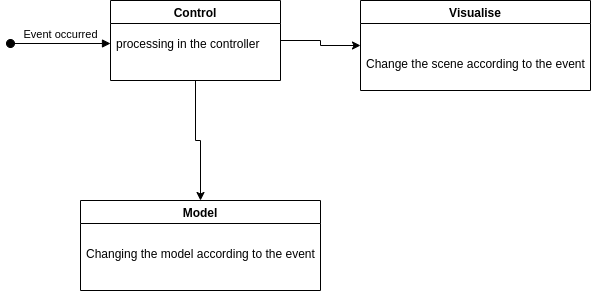
The draw.io diagram reports/UML/statechart.png in dkamakin/Practice-SPbETU-2021, before a commit. Source tidied: cells renumbered, new cells last; positions are measured from the earlier drawing's top-left corner, leaving out a move shared by most shapes.
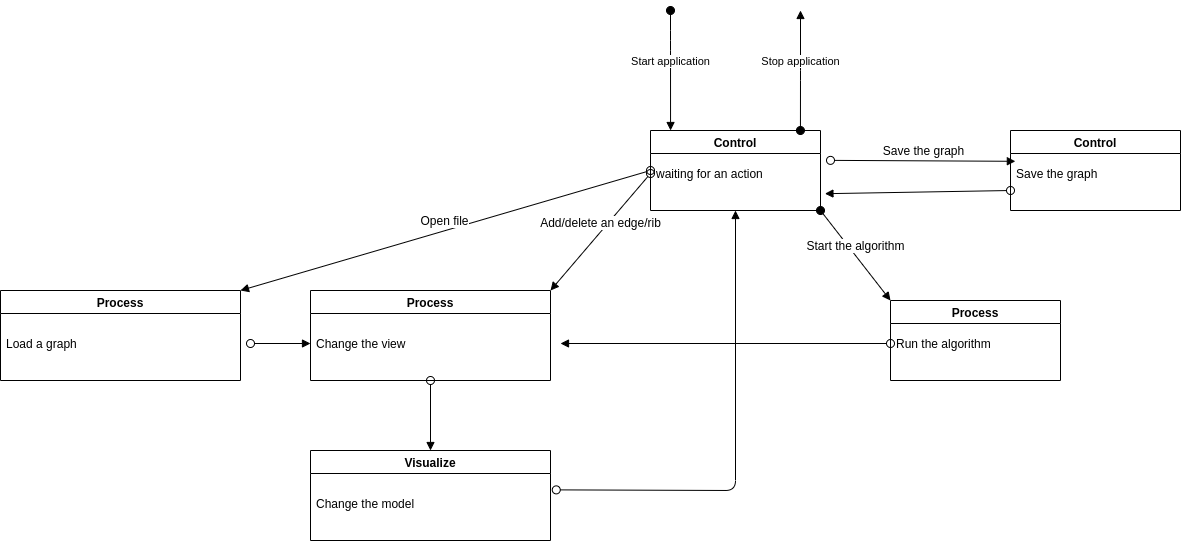
After the commit.

The edit, as a diff of the source:
```diff
@@ -2,34 +2,92 @@
   <root>
     <mxCell id="0" />
     <mxCell id="1" parent="0" />
-    <mxCell id="2" style="edgeStyle=orthogonalEdgeStyle;rounded=0;jettySize=auto;html=1;exitX=0.5;exitY=1;exitDx=0;exitDy=0;entryX=0.5;entryY=0;entryDx=0;entryDy=0;" parent="1" edge="1" source="4" target="9">
-      <mxGeometry relative="1" as="geometry" />
-    </mxCell>
-    <mxCell id="3" style="edgeStyle=orthogonalEdgeStyle;rounded=0;jettySize=auto;html=1;entryX=0;entryY=0.5;entryDx=0;entryDy=0;" parent="1" edge="1" source="4" target="7">
-      <mxGeometry relative="1" as="geometry" />
-    </mxCell>
     <mxCell id="4" value="Control" style="swimlane;" parent="1" vertex="1">
-      <mxGeometry x="100" width="170" height="80" as="geometry" />
+      <mxGeometry x="420" y="-60" width="170" height="80" as="geometry" />
     </mxCell>
-    <mxCell id="5" value="processing in the controller&#10;" style="text;strokeColor=none;fillColor=none;align=left;verticalAlign=top;spacingLeft=4;spacingRight=4;overflow=hidden;points=[[0,0.5],[1,0.5]];portConstraint=eastwest;" parent="4" vertex="1">
+    <mxCell id="5" value="waiting for an action" style="text;strokeColor=none;fillColor=none;align=left;verticalAlign=top;spacingLeft=4;spacingRight=4;overflow=hidden;points=[[0,0.5],[1,0.5]];portConstraint=eastwest;" parent="4" vertex="1">
       <mxGeometry y="30" width="180" height="26" as="geometry" />
     </mxCell>
-    <mxCell id="6" value="Event occurred" style="html=1;verticalAlign=bottom;startArrow=oval;startFill=1;endArrow=block;startSize=8;entryX=0;entryY=0.5;entryDx=0;entryDy=0;" parent="1" edge="1" target="5">
+    <mxCell id="6" value="Start application" style="html=1;verticalAlign=bottom;startArrow=oval;startFill=1;endArrow=block;startSize=8;entryX=0.118;entryY=0;entryDx=0;entryDy=0;entryPerimeter=0;" parent="1" edge="1" target="4">
       <mxGeometry relative="1" as="geometry">
-        <mxPoint y="43" as="sourcePoint" />
+        <mxPoint x="440" y="-180" as="sourcePoint" />
+        <Array as="points">
+          <mxPoint x="440" y="-150" />
+        </Array>
       </mxGeometry>
     </mxCell>
-    <mxCell id="7" value="Visualise" style="swimlane;" parent="1" vertex="1">
-      <mxGeometry x="350" width="230" height="90" as="geometry" />
-    </mxCell>
-    <mxCell id="8" value="Change the scene according to the event" style="text;strokeColor=none;fillColor=none;align=left;verticalAlign=top;spacingLeft=4;spacingRight=4;overflow=hidden;" parent="7" vertex="1">
-      <mxGeometry y="50" width="230" height="26" as="geometry" />
-    </mxCell>
-    <mxCell id="9" value="Model" style="swimlane;" parent="1" vertex="1">
-      <mxGeometry x="70" y="200" width="240" height="90" as="geometry" />
+    <mxCell id="9" value="Process" style="swimlane;" parent="1" vertex="1">
+      <mxGeometry x="80" y="100" width="240" height="90" as="geometry" />
     </mxCell>
-    <mxCell id="10" value="Сhanging the model according to the event" style="text;strokeColor=none;fillColor=none;align=left;verticalAlign=top;spacingLeft=4;spacingRight=4;overflow=hidden;points=[[0,0.5],[1,0.5]];portConstraint=eastwest;" parent="9" vertex="1">
+    <mxCell id="10" value="Change the view" style="text;strokeColor=none;fillColor=none;align=left;verticalAlign=top;spacingLeft=4;spacingRight=4;overflow=hidden;points=[[0,0.5],[1,0.5]];portConstraint=eastwest;" parent="9" vertex="1">
       <mxGeometry y="40" width="250" height="26" as="geometry" />
     </mxCell>
+    <mxCell id="11" value="Add/delete an edge/rib" style="html=1;verticalAlign=bottom;startArrow=oval;startFill=0;endArrow=block;startSize=8;fontSize=12;exitX=0;exitY=0.5;exitDx=0;exitDy=0;entryX=1;entryY=0;entryDx=0;entryDy=0;" parent="1" edge="1" source="5" target="9">
+      <mxGeometry relative="1" as="geometry" />
+    </mxCell>
+    <mxCell id="12" value="Visualize" style="swimlane;" parent="1" vertex="1">
+      <mxGeometry x="80" y="260" width="240" height="90" as="geometry" />
+    </mxCell>
+    <mxCell id="13" value="Change the model" style="text;strokeColor=none;fillColor=none;align=left;verticalAlign=top;spacingLeft=4;spacingRight=4;overflow=hidden;points=[[0,0.5],[1,0.5]];portConstraint=eastwest;" parent="12" vertex="1">
+      <mxGeometry y="40" width="250" height="26" as="geometry" />
+    </mxCell>
+    <mxCell id="14" value="&lt;br&gt;" style="html=1;verticalAlign=bottom;startArrow=oval;startFill=0;endArrow=block;startSize=8;fontSize=12;exitX=0.5;exitY=1;exitDx=0;exitDy=0;entryX=0.5;entryY=0;entryDx=0;entryDy=0;" parent="1" edge="1" source="9" target="12">
+      <mxGeometry relative="1" as="geometry" />
+    </mxCell>
+    <mxCell id="15" value="Process" style="swimlane;" parent="1" vertex="1">
+      <mxGeometry x="-230" y="100" width="240" height="90" as="geometry" />
+    </mxCell>
+    <mxCell id="16" value="Load a graph" style="text;strokeColor=none;fillColor=none;align=left;verticalAlign=top;spacingLeft=4;spacingRight=4;overflow=hidden;points=[[0,0.5],[1,0.5]];portConstraint=eastwest;" parent="15" vertex="1">
+      <mxGeometry y="40" width="250" height="26" as="geometry" />
+    </mxCell>
+    <mxCell id="17" value="Open file" style="html=1;verticalAlign=bottom;startArrow=oval;startFill=0;endArrow=block;startSize=8;fontSize=12;entryX=1;entryY=0;entryDx=0;entryDy=0;" parent="1" edge="1" target="15">
+      <mxGeometry relative="1" as="geometry">
+        <mxPoint x="420" y="-20" as="sourcePoint" />
+      </mxGeometry>
+    </mxCell>
+    <mxCell id="18" style="html=1;verticalAlign=bottom;startArrow=oval;startFill=0;endArrow=block;startSize=8;fontSize=12;entryX=0;entryY=0.5;entryDx=0;entryDy=0;" parent="1" edge="1" source="16" target="10">
+      <mxGeometry relative="1" as="geometry" />
+    </mxCell>
+    <mxCell id="19" value="Stop application" style="html=1;verticalAlign=bottom;startArrow=oval;startFill=1;endArrow=block;startSize=8;exitX=0.882;exitY=0;exitDx=0;exitDy=0;exitPerimeter=0;" parent="1" edge="1" source="4">
+      <mxGeometry relative="1" as="geometry">
+        <mxPoint x="570" y="-180" as="targetPoint" />
+        <Array as="points">
+          <mxPoint x="570" y="-120" />
+        </Array>
+      </mxGeometry>
+    </mxCell>
+    <mxCell id="20" value="Process" style="swimlane;" parent="1" vertex="1">
+      <mxGeometry x="660" y="110" width="170" height="80" as="geometry" />
+    </mxCell>
+    <mxCell id="21" value="Run the algorithm" style="text;strokeColor=none;fillColor=none;align=left;verticalAlign=top;spacingLeft=4;spacingRight=4;overflow=hidden;points=[[0,0.5],[1,0.5]];portConstraint=eastwest;" parent="20" vertex="1">
+      <mxGeometry y="30" width="180" height="26" as="geometry" />
+    </mxCell>
+    <mxCell id="22" style="html=1;verticalAlign=bottom;startArrow=oval;startFill=0;endArrow=block;startSize=8;fontSize=12;exitX=0;exitY=0.5;exitDx=0;exitDy=0;" parent="1" edge="1" source="21" target="10">
+      <mxGeometry relative="1" as="geometry" />
+    </mxCell>
+    <mxCell id="23" value="Start the algorithm" style="html=1;verticalAlign=bottom;startArrow=oval;startFill=1;endArrow=block;startSize=8;fontSize=12;entryX=0;entryY=0;entryDx=0;entryDy=0;" parent="1" edge="1" target="20">
+      <mxGeometry relative="1" as="geometry">
+        <mxPoint x="590" y="20" as="sourcePoint" />
+      </mxGeometry>
+    </mxCell>
+    <mxCell id="24" value="&lt;br&gt;" style="html=1;verticalAlign=bottom;startArrow=oval;startFill=0;endArrow=block;startSize=8;fontSize=12;entryX=0.5;entryY=1;entryDx=0;entryDy=0;exitX=0.983;exitY=-0.024;exitDx=0;exitDy=0;exitPerimeter=0;" parent="1" edge="1" source="13" target="4">
+      <mxGeometry relative="1" as="geometry">
+        <Array as="points">
+          <mxPoint x="505" y="300" />
+        </Array>
+      </mxGeometry>
+    </mxCell>
+    <mxCell id="25" value="Control" style="swimlane;" parent="1" vertex="1">
+      <mxGeometry x="780" y="-60" width="170" height="80" as="geometry" />
+    </mxCell>
+    <mxCell id="26" value="Save the graph" style="text;strokeColor=none;fillColor=none;align=left;verticalAlign=top;spacingLeft=4;spacingRight=4;overflow=hidden;points=[[0,0.5],[1,0.5]];portConstraint=eastwest;" parent="25" vertex="1">
+      <mxGeometry y="30" width="180" height="26" as="geometry" />
+    </mxCell>
+    <mxCell id="27" style="html=1;verticalAlign=bottom;startArrow=oval;startFill=0;endArrow=block;startSize=8;fontSize=12;exitX=0;exitY=1.154;exitDx=0;exitDy=0;exitPerimeter=0;entryX=0.969;entryY=1.277;entryDx=0;entryDy=0;entryPerimeter=0;" parent="1" edge="1" source="26" target="5">
+      <mxGeometry relative="1" as="geometry" />
+    </mxCell>
+    <mxCell id="28" value="Save the graph" style="html=1;verticalAlign=bottom;startArrow=oval;startFill=0;endArrow=block;startSize=8;fontSize=12;entryX=0.027;entryY=0.031;entryDx=0;entryDy=0;entryPerimeter=0;exitX=1;exitY=-0.005;exitDx=0;exitDy=0;exitPerimeter=0;" parent="1" edge="1" source="5" target="26">
+      <mxGeometry relative="1" as="geometry" />
+    </mxCell>
   </root>
 </mxGraphModel>
```
